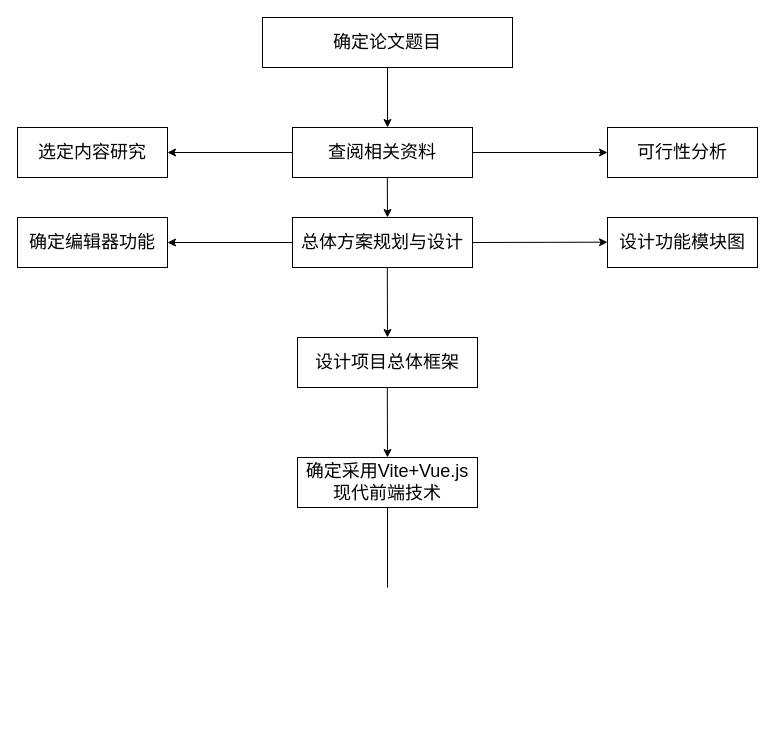
Above: ClassWorks/未命名绘图.drawio in Yaozongbin0828/UMLetDraw (draw.io), before the change. Source tidied: cells renumbered, new cells numbered last; positions are measured from the earlier drawing's top-left corner, leaving out a move shared by most shapes. Both pictures are drawn from the tidied source at 100%, with x=0, y=0 at pixel (17, 17).
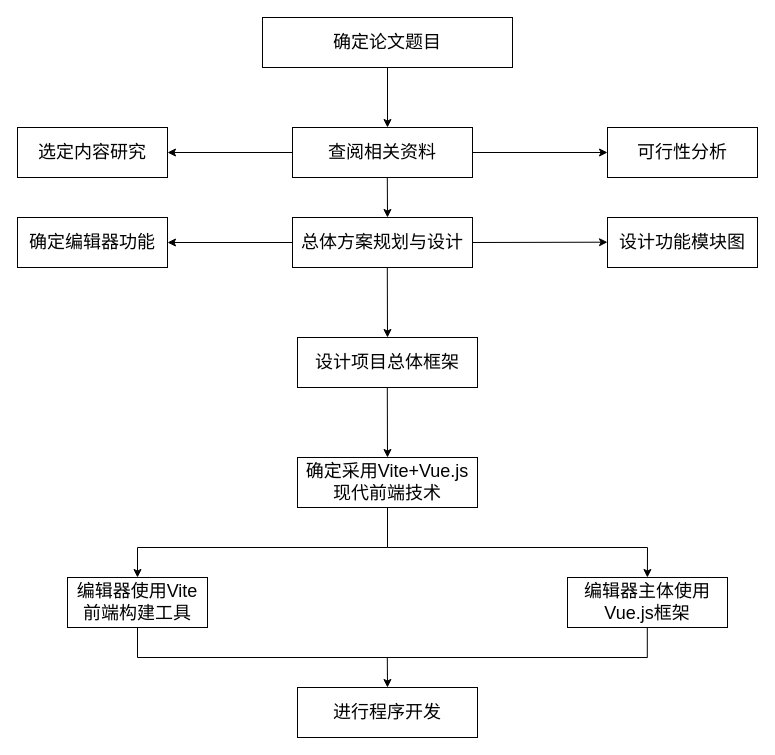
The same page after the edit.

Commit message (it also covers changes not shown here):
更新未命名绘图.drawio

Unchanged cells that the change refers to:
```xml
<mxCell id="19" value="&lt;font style=&quot;font-size: 18px;&quot;&gt;确定采用Vite+Vue.js现代前端技术&lt;/font&gt;" style="rounded=0;whiteSpace=wrap;html=1;" parent="1" vertex="1">
  <mxGeometry x="280" y="440" width="180" height="50" as="geometry" />
</mxCell>
```

What changed in the source:
```diff
@@
     <mxCell id="20" style="endArrow=none;html=1;rounded=0;entryX=0.5;entryY=1;entryDx=0;entryDy=0;" parent="1" edge="1" target="19">
       <mxGeometry relative="1" as="geometry">
-        <mxPoint x="370" y="570" as="sourcePoint" />
+        <mxPoint x="370" y="530" as="sourcePoint" />
       </mxGeometry>
     </mxCell>
+    <mxCell id="21" style="edgeStyle=orthogonalEdgeStyle;rounded=0;orthogonalLoop=1;jettySize=auto;html=1;entryX=0.444;entryY=0.027;entryDx=0;entryDy=0;entryPerimeter=0;" parent="1" edge="1">
+      <mxGeometry relative="1" as="geometry">
+        <mxPoint x="630" y="530" as="sourcePoint" />
+        <mxPoint x="629.9" y="560" as="targetPoint" />
+      </mxGeometry>
+    </mxCell>
+    <mxCell id="22" value="&lt;font style=&quot;font-size: 18px;&quot;&gt;编辑器主体使用Vue.js框架&lt;/font&gt;" style="rounded=0;whiteSpace=wrap;html=1;" parent="1" vertex="1">
+      <mxGeometry x="550" y="560" width="160" height="50" as="geometry" />
+    </mxCell>
+    <mxCell id="23" style="edgeStyle=orthogonalEdgeStyle;rounded=0;jettySize=auto;html=1;entryX=0.5;entryY=0;entryDx=0;entryDy=0;" parent="1" edge="1" target="24">
+      <mxGeometry relative="1" as="geometry">
+        <mxPoint x="120" y="530" as="sourcePoint" />
+      </mxGeometry>
+    </mxCell>
+    <mxCell id="24" value="&lt;font style=&quot;font-size: 18px;&quot;&gt;编辑器使用Vite前端构建工具&lt;/font&gt;" style="rounded=0;whiteSpace=wrap;html=1;" parent="1" vertex="1">
+      <mxGeometry x="50" y="560" width="140" height="50" as="geometry" />
+    </mxCell>
+    <mxCell id="25" style="endArrow=none;html=1;rounded=0;" parent="1" edge="1">
+      <mxGeometry relative="1" as="geometry">
+        <mxPoint x="120" y="530" as="sourcePoint" />
+        <mxPoint x="370" y="530" as="targetPoint" />
+      </mxGeometry>
+    </mxCell>
+    <mxCell id="26" style="endArrow=none;html=1;rounded=0;" parent="1" edge="1">
+      <mxGeometry relative="1" as="geometry">
+        <mxPoint x="370" y="530" as="sourcePoint" />
+        <mxPoint x="630" y="530" as="targetPoint" />
+      </mxGeometry>
+    </mxCell>
+    <mxCell id="27" style="endArrow=none;html=1;rounded=0;entryX=0.5;entryY=1;entryDx=0;entryDy=0;" parent="1" edge="1" target="24">
+      <mxGeometry relative="1" as="geometry">
+        <mxPoint x="120" y="640" as="sourcePoint" />
+      </mxGeometry>
+    </mxCell>
+    <mxCell id="28" style="endArrow=none;html=1;rounded=0;entryX=0.5;entryY=1;entryDx=0;entryDy=0;" parent="1" edge="1">
+      <mxGeometry relative="1" as="geometry">
+        <mxPoint x="629.8" y="640" as="sourcePoint" />
+        <mxPoint x="629.8" y="610" as="targetPoint" />
+      </mxGeometry>
+    </mxCell>
+    <mxCell id="29" style="endArrow=none;html=1;rounded=0;" parent="1" edge="1">
+      <mxGeometry relative="1" as="geometry">
+        <mxPoint x="120" y="640" as="sourcePoint" />
+        <mxPoint x="630" y="640" as="targetPoint" />
+      </mxGeometry>
+    </mxCell>
+    <mxCell id="30" style="endArrow=classic;html=1;rounded=0;" parent="1" edge="1">
+      <mxGeometry relative="1" as="geometry">
+        <mxPoint x="369.8" y="640" as="sourcePoint" />
+        <mxPoint x="370" y="670" as="targetPoint" />
+      </mxGeometry>
+    </mxCell>
+    <mxCell id="31" value="&lt;span style=&quot;font-size: 18px;&quot;&gt;进行程序开发&lt;/span&gt;" style="rounded=0;whiteSpace=wrap;html=1;" parent="1" vertex="1">
+      <mxGeometry x="280" y="670" width="180" height="50" as="geometry" />
+    </mxCell>
```
